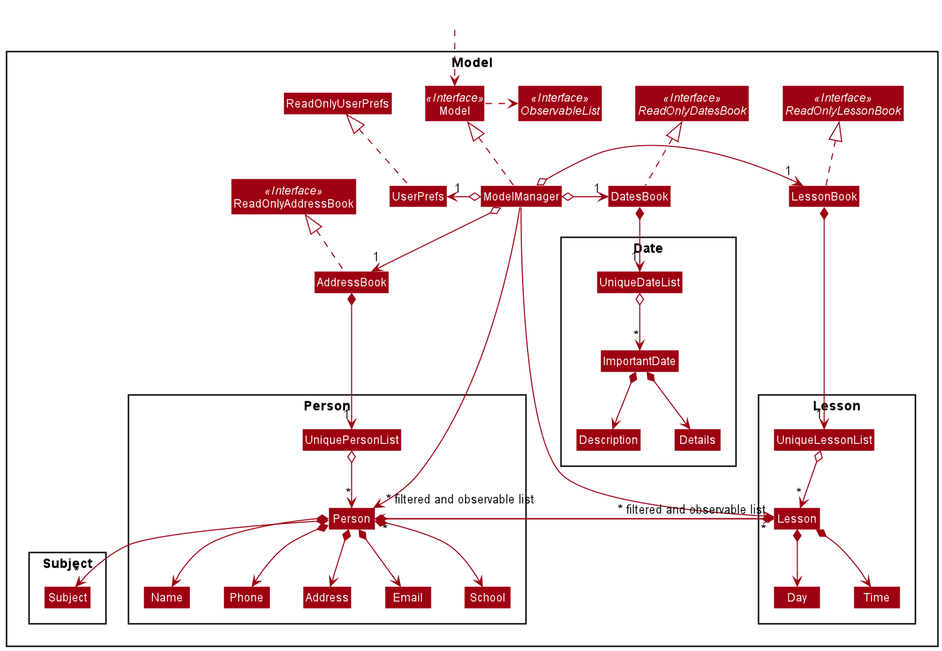
Earlier version of the PlantUML export docs/images/ModelClassDiagram.png (nus-cs2103-AY2021S2/tp).
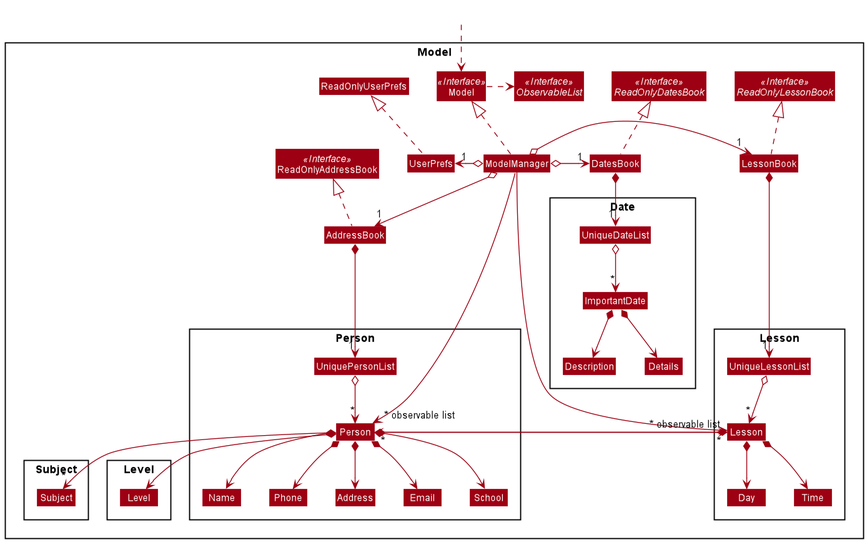
After the commit.

Change to the diagram source:
```diff
@@ -31,6 +31,10 @@
 
 Package Subject {
 Class Subject
+}
+
+Package Level {
+Class Level
 }
 
 Package Lesson {
@@ -70,6 +74,7 @@
 Person *--> Email
 Person *--> Address
 Person *--> School
+Person *--> Level
 Person *--> "*" Subject
 Person *--> "*" Lesson
 
@@ -88,6 +93,6 @@
 Lesson *--> Time
 Lesson *--> "*" Person
 
-ModelManager ----->" ~* filtered and observable list" Person
-ModelManager ----->" ~* filtered and observable list" Lesson
+ModelManager ----->" ~* observable list" Person
+ModelManager ----->" ~* observable list" Lesson
 @enduml
```
